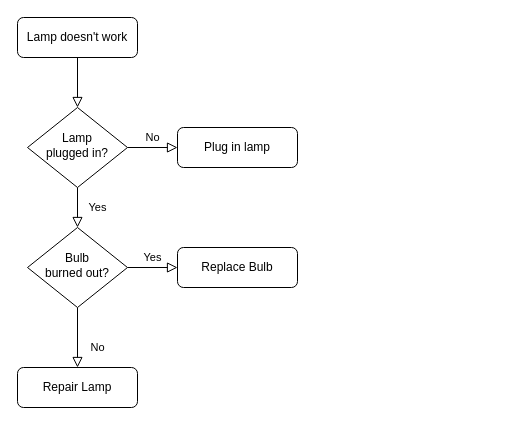
Earlier version of the draw.io diagram Диаграмма без названия.drawio (SvFoxy/job4j_elementary). Source tidied: cells renumbered, new cells numbered last; positions are measured from the earlier drawing's top-left corner, leaving out a move shared by most shapes. Both pictures are drawn from the tidied source at 100%, with x=0, y=0 at pixel (17, 17).
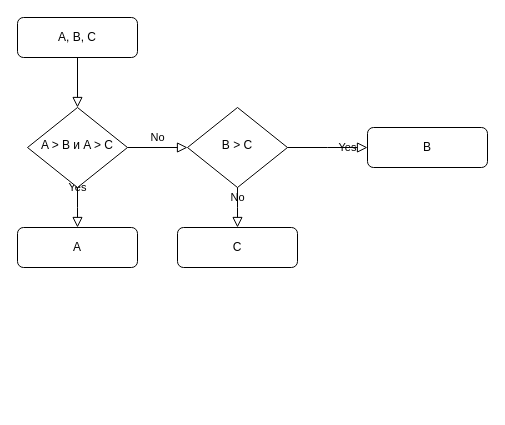
Above is the later version.

Commit message:
4.1.3. Блок-схемы [#313435 #405923]

Diff of the diagram source:
```diff
@@
 <mxGraphModel>
   <root>
     <mxCell id="0" />
     <mxCell id="1" parent="0" />
     <mxCell id="2" style="rounded=0;html=1;jettySize=auto;fontSize=11;endArrow=block;endFill=0;endSize=8;strokeWidth=1;shadow=0;labelBackgroundColor=none;edgeStyle=orthogonalEdgeStyle;" parent="1" edge="1" source="3" target="6">
       <mxGeometry relative="1" as="geometry" />
     </mxCell>
-    <mxCell id="3" value="Lamp doesn't work" style="rounded=1;whiteSpace=wrap;html=1;fontSize=12;glass=0;strokeWidth=1;shadow=0;" parent="1" vertex="1">
+    <mxCell id="3" value="A, B, C" style="rounded=1;whiteSpace=wrap;html=1;fontSize=12;glass=0;strokeWidth=1;shadow=0;" parent="1" vertex="1">
       <mxGeometry width="120" height="40" as="geometry" />
     </mxCell>
-    <mxCell id="4" value="Yes" style="rounded=0;html=1;jettySize=auto;fontSize=11;endArrow=block;endFill=0;endSize=8;strokeWidth=1;shadow=0;labelBackgroundColor=none;edgeStyle=orthogonalEdgeStyle;" parent="1" edge="1" source="6" target="10">
-      <mxGeometry y="20" relative="1" as="geometry" />
+    <mxCell id="4" value="Yes" style="rounded=0;html=1;jettySize=auto;fontSize=11;endArrow=block;endFill=0;endSize=8;strokeWidth=1;shadow=0;labelBackgroundColor=none;edgeStyle=orthogonalEdgeStyle;" parent="1" edge="1" source="6">
+      <mxGeometry y="20" relative="1" as="geometry">
+        <mxPoint x="60" y="210" as="targetPoint" />
+      </mxGeometry>
     </mxCell>
-    <mxCell id="5" value="No" style="edgeStyle=orthogonalEdgeStyle;rounded=0;html=1;jettySize=auto;fontSize=11;endArrow=block;endFill=0;endSize=8;strokeWidth=1;shadow=0;labelBackgroundColor=none;" parent="1" edge="1" source="6" target="7">
-      <mxGeometry y="10" relative="1" as="geometry" />
+    <mxCell id="5" value="No" style="edgeStyle=orthogonalEdgeStyle;rounded=0;html=1;jettySize=auto;fontSize=11;endArrow=block;endFill=0;endSize=8;strokeWidth=1;shadow=0;labelBackgroundColor=none;entryX=0;entryY=0.5;entryDx=0;entryDy=0;" parent="1" edge="1" source="6" target="13">
+      <mxGeometry y="10" relative="1" as="geometry">
+        <Array as="points">
+          <mxPoint x="20" y="130" />
+        </Array>
+      </mxGeometry>
     </mxCell>
-    <mxCell id="6" value="Lamp&lt;br&gt;plugged in?" style="rhombus;whiteSpace=wrap;html=1;shadow=0;fontFamily=Helvetica;fontSize=12;align=center;strokeWidth=1;spacing=6;spacingTop=-4;" parent="1" vertex="1">
+    <mxCell id="6" value="A &amp;gt; B и A &amp;gt; C" style="rhombus;whiteSpace=wrap;html=1;shadow=0;fontFamily=Helvetica;fontSize=12;align=center;strokeWidth=1;spacing=6;spacingTop=-4;" parent="1" vertex="1">
       <mxGeometry x="10" y="90" width="100" height="80" as="geometry" />
     </mxCell>
-    <mxCell id="7" value="Plug in lamp" style="rounded=1;whiteSpace=wrap;html=1;fontSize=12;glass=0;strokeWidth=1;shadow=0;" parent="1" vertex="1">
-      <mxGeometry x="160" y="110" width="120" height="40" as="geometry" />
+    <mxCell id="7" value="B" style="rounded=1;whiteSpace=wrap;html=1;fontSize=12;glass=0;strokeWidth=1;shadow=0;" parent="1" vertex="1">
+      <mxGeometry x="350" y="110" width="120" height="40" as="geometry" />
     </mxCell>
-    <mxCell id="8" value="No" style="rounded=0;html=1;jettySize=auto;fontSize=11;endArrow=block;endFill=0;endSize=8;strokeWidth=1;shadow=0;labelBackgroundColor=none;edgeStyle=orthogonalEdgeStyle;" parent="1" edge="1" source="10" target="11">
-      <mxGeometry x="0.33" y="20" relative="1" as="geometry" />
-    </mxCell>
-    <mxCell id="9" value="Yes" style="edgeStyle=orthogonalEdgeStyle;rounded=0;html=1;jettySize=auto;fontSize=11;endArrow=block;endFill=0;endSize=8;strokeWidth=1;shadow=0;labelBackgroundColor=none;" parent="1" edge="1" source="10" target="12">
-      <mxGeometry y="10" relative="1" as="geometry" />
-    </mxCell>
-    <mxCell id="10" value="Bulb&lt;br&gt;burned out?" style="rhombus;whiteSpace=wrap;html=1;shadow=0;fontFamily=Helvetica;fontSize=12;align=center;strokeWidth=1;spacing=6;spacingTop=-4;" parent="1" vertex="1">
-      <mxGeometry x="10" y="210" width="100" height="80" as="geometry" />
-    </mxCell>
-    <mxCell id="11" value="Repair Lamp" style="rounded=1;whiteSpace=wrap;html=1;fontSize=12;glass=0;strokeWidth=1;shadow=0;" parent="1" vertex="1">
-      <mxGeometry y="350" width="120" height="40" as="geometry" />
+    <mxCell id="11" value="A" style="rounded=1;whiteSpace=wrap;html=1;fontSize=12;glass=0;strokeWidth=1;shadow=0;" parent="1" vertex="1">
+      <mxGeometry y="210" width="120" height="40" as="geometry" />
     </mxCell>
-    <mxCell id="12" value="Replace Bulb" style="rounded=1;whiteSpace=wrap;html=1;fontSize=12;glass=0;strokeWidth=1;shadow=0;" parent="1" vertex="1">
-      <mxGeometry x="160" y="230" width="120" height="40" as="geometry" />
+    <mxCell id="12" value="C" style="rounded=1;whiteSpace=wrap;html=1;fontSize=12;glass=0;strokeWidth=1;shadow=0;" parent="1" vertex="1">
+      <mxGeometry x="160" y="210" width="120" height="40" as="geometry" />
     </mxCell>
+    <mxCell id="13" value="B &amp;gt; C" style="rhombus;whiteSpace=wrap;html=1;shadow=0;fontFamily=Helvetica;fontSize=12;align=center;strokeWidth=1;spacing=6;spacingTop=-4;" parent="1" vertex="1">
+      <mxGeometry x="170" y="90" width="100" height="80" as="geometry" />
+    </mxCell>
+    <mxCell id="9" value="Yes" style="rounded=0;html=1;jettySize=auto;fontSize=11;endArrow=block;endFill=0;endSize=8;strokeWidth=1;shadow=0;labelBackgroundColor=none;edgeStyle=orthogonalEdgeStyle;exitX=1;exitY=0.5;exitDx=0;exitDy=0;" parent="1" edge="1" source="13">
+      <mxGeometry y="20" relative="1" as="geometry">
+        <mxPoint x="350" y="130" as="targetPoint" />
+      </mxGeometry>
+    </mxCell>
+    <mxCell id="8" value="No" style="edgeStyle=orthogonalEdgeStyle;rounded=0;html=1;jettySize=auto;fontSize=11;endArrow=block;endFill=0;endSize=8;strokeWidth=1;shadow=0;labelBackgroundColor=none;exitX=0.5;exitY=1;exitDx=0;exitDy=0;" parent="1" edge="1" source="13">
+      <mxGeometry y="10" relative="1" as="geometry">
+        <mxPoint x="220" y="210" as="targetPoint" />
+      </mxGeometry>
+    </mxCell>
   </root>
 </mxGraphModel>
```
